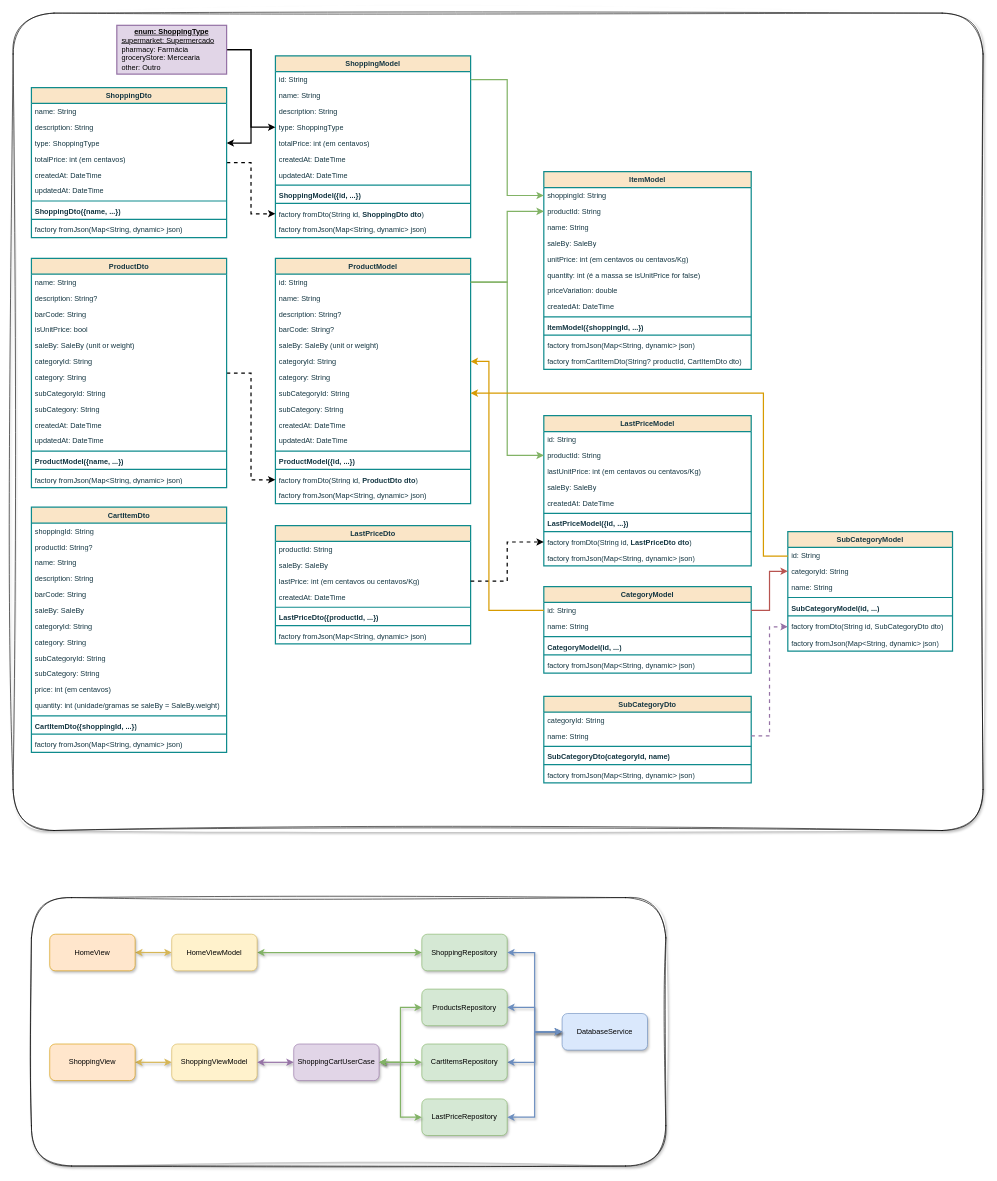
Earlier version of the draw.io diagram docs/images/Diagrama_de_Classes.drawio (rudsonalves/compras). Source tidied: cells renumbered, new cells numbered last; positions are measured from the earlier drawing's top-left corner, leaving out a move shared by most shapes. Both pictures are drawn from the tidied source at 61%, with x=0, y=0 at pixel (13, 13).
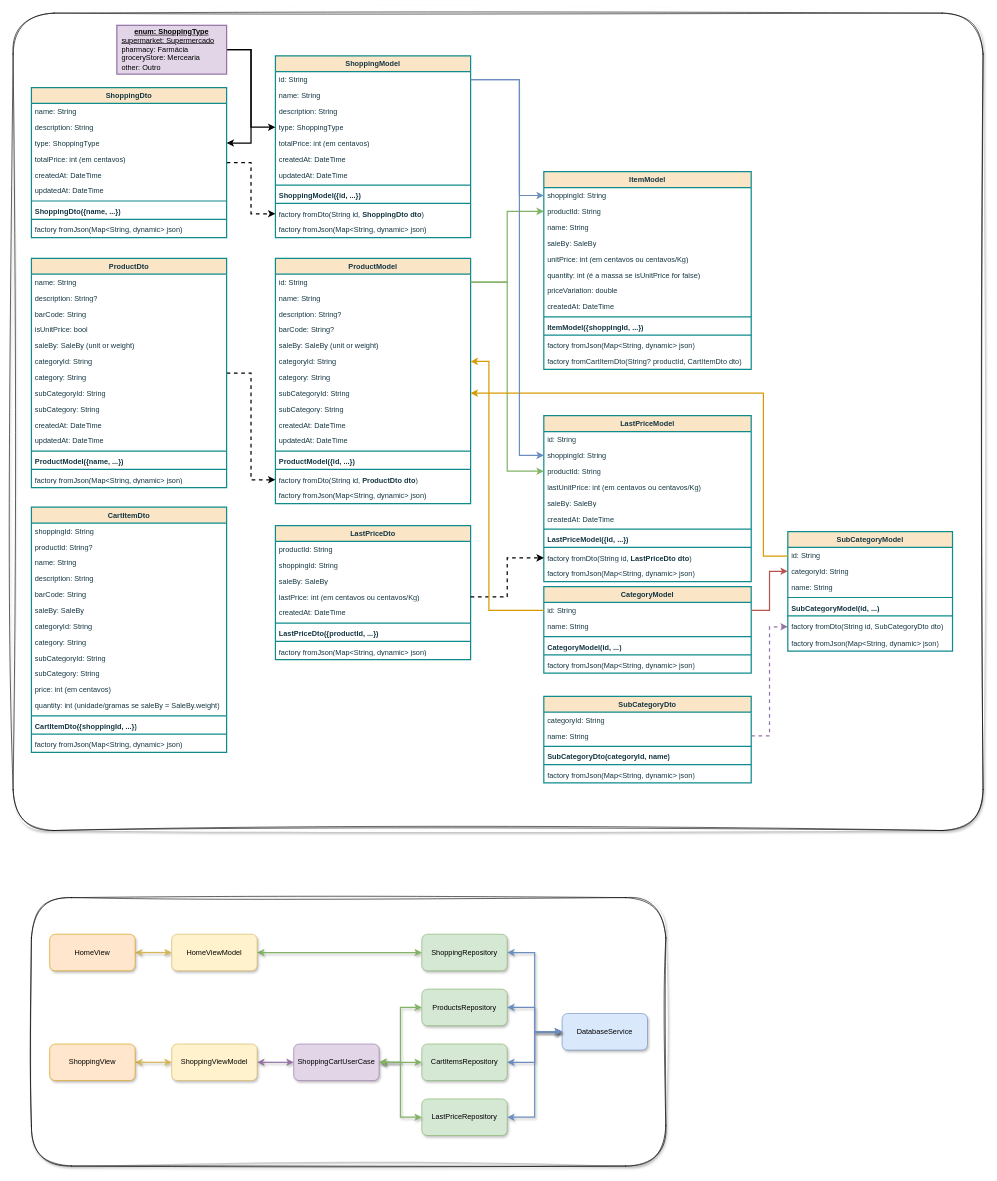
Above is the later version.

The change refers to these unchanged cells:
```xml
<mxCell id="25" style="group;" parent="1" vertex="1">
  <mxGeometry width="1590" height="1340" as="geometry" />
</mxCell>
<mxCell id="28" value="id: String" style="text;strokeColor=none;fillColor=none;align=left;verticalAlign=top;spacingLeft=4;spacingRight=4;overflow=hidden;points=[[0,0.5],[1,0.5]];portConstraint=eastwest;whiteSpace=wrap;html=1;labelBackgroundColor=none;fontColor=#143642;" parent="27" vertex="1">
  <mxGeometry y="26" width="320" height="26" as="geometry" />
</mxCell>
<mxCell id="90" value="shoppingId: String" style="text;strokeColor=none;fillColor=none;align=left;verticalAlign=top;spacingLeft=4;spacingRight=4;overflow=hidden;points=[[0,0.5],[1,0.5]];portConstraint=eastwest;whiteSpace=wrap;html=1;labelBackgroundColor=none;fontColor=#143642;" parent="89" vertex="1">
  <mxGeometry y="26" width="340" height="26" as="geometry" />
</mxCell>
```

What changed in the source:
```diff
@@
-    <mxCell id="104" style="edgeStyle=orthogonalEdgeStyle;rounded=0;jettySize=auto;html=1;strokeWidth=2;fillColor=#d5e8d4;strokeColor=#82b366;entryX=0;entryY=0.5;entryDx=0;entryDy=0;" parent="25" edge="1" source="28" target="90">
-      <mxGeometry relative="1" as="geometry" />
+    <mxCell id="104" style="edgeStyle=orthogonalEdgeStyle;rounded=0;jettySize=auto;html=1;strokeWidth=2;fillColor=#dae8fc;strokeColor=#6c8ebf;entryX=0;entryY=0.5;entryDx=0;entryDy=0;" parent="25" edge="1" source="28" target="90">
+      <mxGeometry relative="1" as="geometry">
+        <Array as="points">
+          <mxPoint x="830" y="109" />
+          <mxPoint x="830" y="299" />
+        </Array>
+      </mxGeometry>
     </mxCell>
     <mxCell id="105" value="LastPriceModel" style="swimlane;fontStyle=1;align=center;verticalAlign=top;horizontal=1;startSize=26;whiteSpace=wrap;html=1;labelBackgroundColor=none;fillColor=#FAE5C7;strokeColor=#0F8B8D;fontColor=#143642;strokeWidth=2;" parent="25" vertex="1">
-      <mxGeometry x="870" y="660" width="340" height="246" as="geometry" />
+      <mxGeometry x="870" y="660" width="340" height="272" as="geometry" />
     </mxCell>
@@
+    <mxCell id="171" value="shoppingId: String" style="text;strokeColor=none;fillColor=none;align=left;verticalAlign=top;spacingLeft=4;spacingRight=4;overflow=hidden;points=[[0,0.5],[1,0.5]];portConstraint=eastwest;whiteSpace=wrap;html=1;labelBackgroundColor=none;fontColor=#143642;" parent="105" vertex="1">
+      <mxGeometry y="52" width="340" height="26" as="geometry" />
+    </mxCell>
     <mxCell id="107" value="productId: String" style="text;strokeColor=none;fillColor=none;align=left;verticalAlign=top;spacingLeft=4;spacingRight=4;overflow=hidden;points=[[0,0.5],[1,0.5]];portConstraint=eastwest;whiteSpace=wrap;html=1;labelBackgroundColor=none;fontColor=#143642;" parent="105" vertex="1">
-      <mxGeometry y="52" width="340" height="26" as="geometry" />
+      <mxGeometry y="78" width="340" height="26" as="geometry" />
     </mxCell>
     <mxCell id="108" value="lastUnitPrice: int (em centavos ou centavos/Kg)" style="text;strokeColor=none;fillColor=none;align=left;verticalAlign=top;spacingLeft=4;spacingRight=4;overflow=hidden;whiteSpace=wrap;html=1;labelBackgroundColor=none;fontColor=#143642;" parent="105" vertex="1">
-      <mxGeometry y="78" width="340" height="26" as="geometry" />
+      <mxGeometry y="104" width="340" height="26" as="geometry" />
     </mxCell>
     <mxCell id="109" value="saleBy: SaleBy" style="text;strokeColor=none;fillColor=none;align=left;verticalAlign=top;spacingLeft=4;spacingRight=4;overflow=hidden;whiteSpace=wrap;html=1;labelBackgroundColor=none;fontColor=#143642;" parent="105" vertex="1">
-      <mxGeometry y="104" width="340" height="26" as="geometry" />
+      <mxGeometry y="130" width="340" height="26" as="geometry" />
     </mxCell>
     <mxCell id="110" value="createdAt: DateTime" style="text;strokeColor=none;fillColor=none;align=left;verticalAlign=top;spacingLeft=4;spacingRight=4;overflow=hidden;whiteSpace=wrap;html=1;labelBackgroundColor=none;fontColor=#143642;" parent="105" vertex="1">
-      <mxGeometry y="130" width="340" height="26" as="geometry" />
+      <mxGeometry y="156" width="340" height="26" as="geometry" />
     </mxCell>
     <mxCell id="111" style="line;strokeWidth=2;fillColor=none;align=left;verticalAlign=middle;spacingTop=-1;spacingLeft=3;spacingRight=3;labelPosition=right;strokeColor=#0F8B8D;labelBackgroundColor=none;fontColor=#143642;" parent="105" vertex="1">
-      <mxGeometry y="156" width="340" height="8" as="geometry" />
+      <mxGeometry y="182" width="340" height="8" as="geometry" />
     </mxCell>
     <mxCell id="112" value="LastPriceModel({id, ...})" style="text;strokeColor=none;fillColor=none;align=left;verticalAlign=top;spacingLeft=4;spacingRight=4;overflow=hidden;whiteSpace=wrap;html=1;labelBackgroundColor=none;fontColor=#143642;fontStyle=1;" parent="105" vertex="1">
-      <mxGeometry y="164" width="340" height="22" as="geometry" />
+      <mxGeometry y="190" width="340" height="22" as="geometry" />
     </mxCell>
     <mxCell id="113" style="line;strokeWidth=2;fillColor=none;align=left;verticalAlign=middle;spacingTop=-1;spacingLeft=3;spacingRight=3;labelPosition=right;strokeColor=#0F8B8D;labelBackgroundColor=none;fontColor=#143642;" parent="105" vertex="1">
-      <mxGeometry y="186" width="340" height="8" as="geometry" />
+      <mxGeometry y="212" width="340" height="8" as="geometry" />
     </mxCell>
     <mxCell id="114" value="factory fromDto(String id, &lt;b&gt;LastPriceDto dto&lt;/b&gt;)" style="text;strokeColor=none;fillColor=none;align=left;verticalAlign=top;spacingLeft=4;spacingRight=4;overflow=hidden;points=[[0,0.5],[1,0.5]];portConstraint=eastwest;whiteSpace=wrap;html=1;labelBackgroundColor=none;fontColor=#143642;" parent="105" vertex="1">
-      <mxGeometry y="194" width="340" height="26" as="geometry" />
+      <mxGeometry y="220" width="340" height="26" as="geometry" />
     </mxCell>
     <mxCell id="115" value="factory fromJson(Map&amp;lt;String, dynamic&amp;gt; json)" style="text;strokeColor=none;fillColor=none;align=left;verticalAlign=top;spacingLeft=4;spacingRight=4;overflow=hidden;whiteSpace=wrap;html=1;labelBackgroundColor=none;fontColor=#143642;" parent="105" vertex="1">
-      <mxGeometry y="220" width="340" height="26" as="geometry" />
+      <mxGeometry y="246" width="340" height="26" as="geometry" />
     </mxCell>
@@
     <mxCell id="117" value="LastPriceDto" style="swimlane;fontStyle=1;align=center;verticalAlign=top;horizontal=1;startSize=26;whiteSpace=wrap;html=1;labelBackgroundColor=none;fillColor=#FAE5C7;strokeColor=#0F8B8D;fontColor=#143642;strokeWidth=2;" parent="25" vertex="1">
-      <mxGeometry x="430" y="840" width="320" height="194" as="geometry" />
+      <mxGeometry x="430" y="840" width="320" height="220" as="geometry" />
     </mxCell>
@@
+    <mxCell id="172" value="shoppingId: String" style="text;strokeColor=none;fillColor=none;align=left;verticalAlign=top;spacingLeft=4;spacingRight=4;overflow=hidden;whiteSpace=wrap;html=1;labelBackgroundColor=none;fontColor=#143642;" parent="117" vertex="1">
+      <mxGeometry y="52" width="320" height="26" as="geometry" />
+    </mxCell>
     <mxCell id="119" value="saleBy: SaleBy" style="text;strokeColor=none;fillColor=none;align=left;verticalAlign=top;spacingLeft=4;spacingRight=4;overflow=hidden;whiteSpace=wrap;html=1;labelBackgroundColor=none;fontColor=#143642;" parent="117" vertex="1">
-      <mxGeometry y="52" width="320" height="26" as="geometry" />
+      <mxGeometry y="78" width="320" height="26" as="geometry" />
     </mxCell>
     <mxCell id="120" value="lastPrice: int (em centavos ou centavos/Kg)" style="text;strokeColor=none;fillColor=none;align=left;verticalAlign=top;spacingLeft=4;spacingRight=4;overflow=hidden;points=[[0,0.5],[1,0.5]];portConstraint=eastwest;whiteSpace=wrap;html=1;labelBackgroundColor=none;fontColor=#143642;" parent="117" vertex="1">
-      <mxGeometry y="78" width="320" height="26" as="geometry" />
+      <mxGeometry y="104" width="320" height="26" as="geometry" />
     </mxCell>
     <mxCell id="121" value="createdAt: DateTime" style="text;strokeColor=none;fillColor=none;align=left;verticalAlign=top;spacingLeft=4;spacingRight=4;overflow=hidden;whiteSpace=wrap;html=1;labelBackgroundColor=none;fontColor=#143642;" parent="117" vertex="1">
-      <mxGeometry y="104" width="320" height="26" as="geometry" />
+      <mxGeometry y="130" width="320" height="26" as="geometry" />
     </mxCell>
     <mxCell id="122" style="line;strokeWidth=2;fillColor=none;align=left;verticalAlign=middle;spacingTop=-1;spacingLeft=3;spacingRight=3;labelPosition=right;strokeColor=#0F8B8D;labelBackgroundColor=none;fontColor=#143642;" parent="117" vertex="1">
-      <mxGeometry y="130" width="320" height="8" as="geometry" />
+      <mxGeometry y="156" width="320" height="8" as="geometry" />
     </mxCell>
     <mxCell id="123" value="LastPriceDto({productId, ...})" style="text;strokeColor=none;fillColor=none;align=left;verticalAlign=top;spacingLeft=4;spacingRight=4;overflow=hidden;whiteSpace=wrap;html=1;labelBackgroundColor=none;fontColor=#143642;fontStyle=1;" parent="117" vertex="1">
-      <mxGeometry y="138" width="320" height="22" as="geometry" />
+      <mxGeometry y="164" width="320" height="22" as="geometry" />
     </mxCell>
     <mxCell id="124" style="line;strokeWidth=2;fillColor=none;align=left;verticalAlign=middle;spacingTop=-1;spacingLeft=3;spacingRight=3;labelPosition=right;strokeColor=#0F8B8D;labelBackgroundColor=none;fontColor=#143642;" parent="117" vertex="1">
-      <mxGeometry y="160" width="320" height="8" as="geometry" />
+      <mxGeometry y="186" width="320" height="8" as="geometry" />
     </mxCell>
     <mxCell id="125" value="factory fromJson(Map&amp;lt;String, dynamic&amp;gt; json)" style="text;strokeColor=none;fillColor=none;align=left;verticalAlign=top;spacingLeft=4;spacingRight=4;overflow=hidden;whiteSpace=wrap;html=1;labelBackgroundColor=none;fontColor=#143642;" parent="117" vertex="1">
-      <mxGeometry y="168" width="320" height="26" as="geometry" />
+      <mxGeometry y="194" width="320" height="26" as="geometry" />
     </mxCell>
@@
+    <mxCell id="173" style="edgeStyle=orthogonalEdgeStyle;rounded=0;jettySize=auto;html=1;fillColor=#dae8fc;strokeColor=#6c8ebf;strokeWidth=2;" parent="25" edge="1" source="28" target="171">
+      <mxGeometry relative="1" as="geometry">
+        <Array as="points">
+          <mxPoint x="830" y="109" />
+          <mxPoint x="830" y="725" />
+        </Array>
+      </mxGeometry>
+    </mxCell>
```
